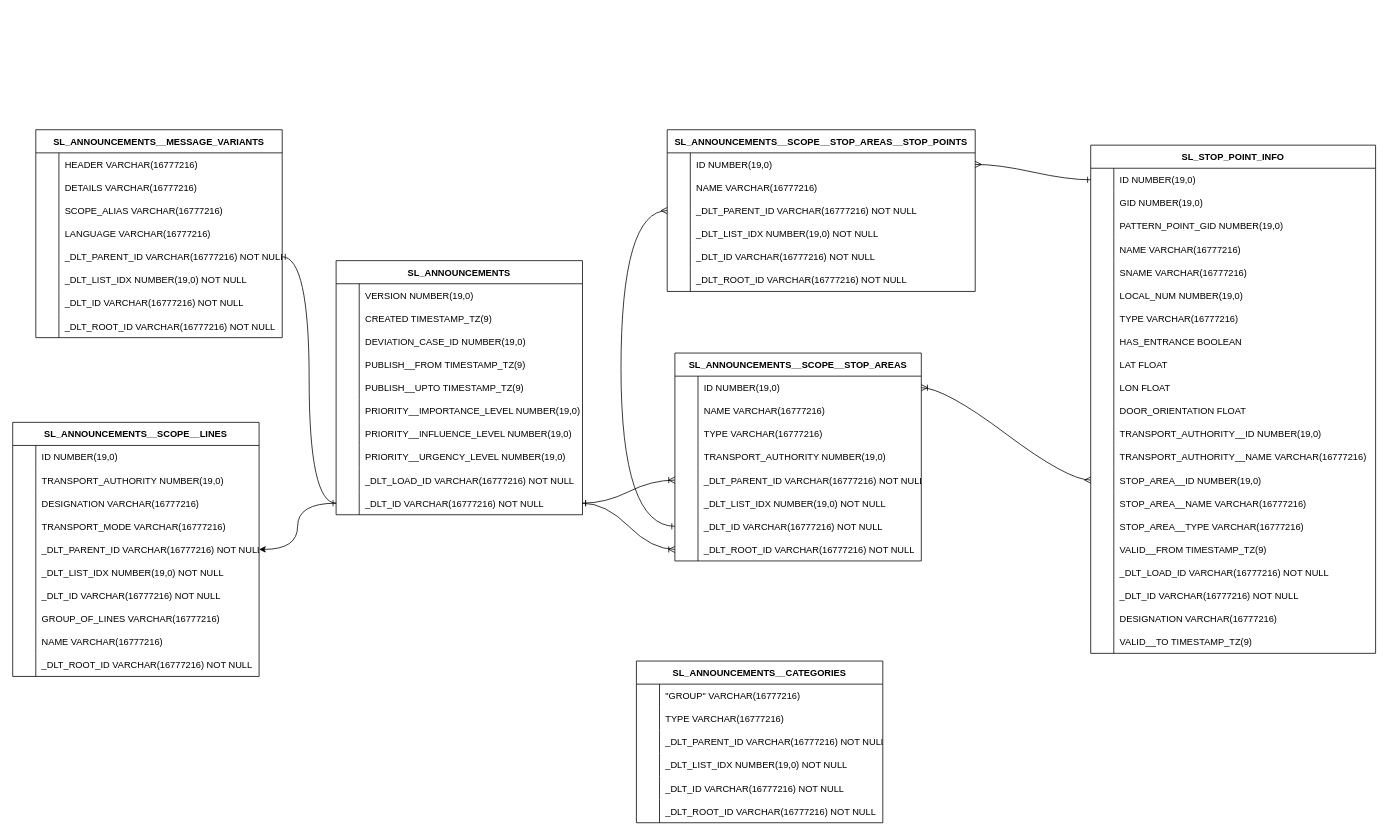
Before: dimensional_model/staging_sl_dim_model.drawio in larissadovgoborets/traffic_sthlm, a draw.io diagram. Source tidied: cells renumbered, new cells numbered last; positions are measured from the earlier drawing's top-left corner, leaving out a move shared by most shapes. Both pictures are drawn from the tidied source at 77%, with x=0, y=0 at pixel (12, 129).
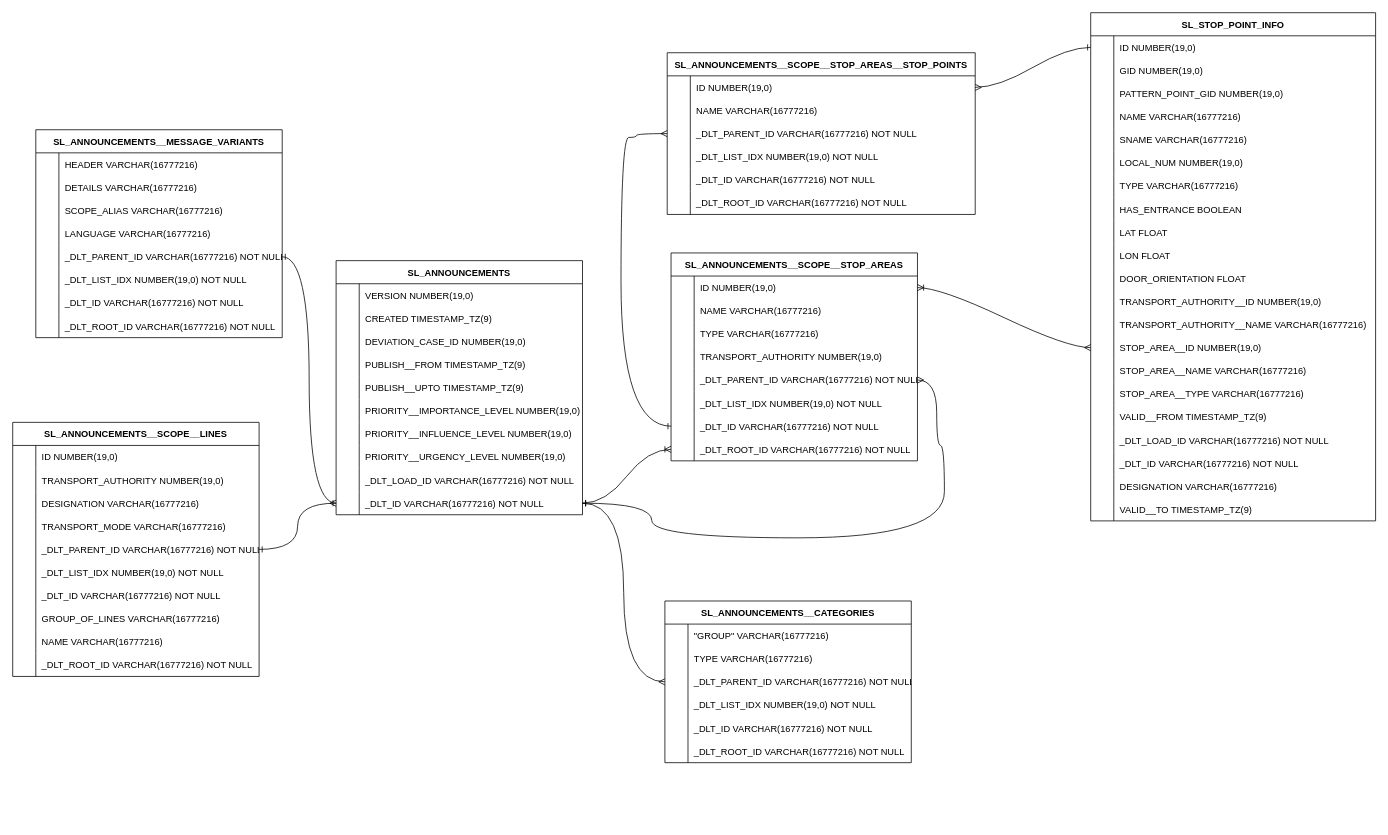
Above is the later version.

Commit message:
add relations between categories and announcements

Unchanged cells that the change refers to:
```xml
<mxCell id="15" style="shape=tableRow;horizontal=0;startSize=0;swimlaneHead=0;swimlaneBody=0;fillColor=none;points=[[0,0.5],[1,0.5]];portConstraint=eastwest;strokeColor=inherit;top=0;left=0;right=0;bottom=0;" parent="2" vertex="1">
  <mxGeometry y="150" width="320" height="30" as="geometry" />
</mxCell>
<mxCell id="61" style="shape=tableRow;horizontal=0;startSize=0;swimlaneHead=0;swimlaneBody=0;fillColor=none;points=[[0,0.5],[1,0.5]];portConstraint=eastwest;strokeColor=inherit;top=0;left=0;right=0;bottom=0;" parent="33" vertex="1">
  <mxGeometry y="300" width="320" height="30" as="geometry" />
</mxCell>
<mxCell id="97" style="shape=tableRow;horizontal=0;startSize=0;swimlaneHead=0;swimlaneBody=0;fillColor=none;points=[[0,0.5],[1,0.5]];portConstraint=eastwest;strokeColor=inherit;top=0;left=0;right=0;bottom=0;" parent="90" vertex="1">
  <mxGeometry y="90" width="320" height="30" as="geometry" />
</mxCell>
<mxCell id="122" style="shape=tableRow;horizontal=0;startSize=0;swimlaneHead=0;swimlaneBody=0;fillColor=none;points=[[0,0.5],[1,0.5]];portConstraint=eastwest;strokeColor=inherit;top=0;left=0;right=0;bottom=0;" parent="109" vertex="1">
  <mxGeometry y="150" width="320" height="30" as="geometry" />
</mxCell>
<mxCell id="128" style="shape=tableRow;horizontal=0;startSize=0;swimlaneHead=0;swimlaneBody=0;fillColor=none;points=[[0,0.5],[1,0.5]];portConstraint=eastwest;strokeColor=inherit;top=0;left=0;right=0;bottom=0;" parent="109" vertex="1">
  <mxGeometry y="210" width="320" height="30" as="geometry" />
</mxCell>
<mxCell id="143" style="shape=tableRow;horizontal=0;startSize=0;swimlaneHead=0;swimlaneBody=0;fillColor=none;points=[[0,0.5],[1,0.5]];portConstraint=eastwest;strokeColor=inherit;top=0;left=0;right=0;bottom=0;" parent="136" vertex="1">
  <mxGeometry y="90" width="400" height="30" as="geometry" />
</mxCell>
```

Diff of the diagram source:
```diff
@@
     <mxCell id="90" value="SL_ANNOUNCEMENTS__CATEGORIES" style="shape=table;startSize=30;childLayout=tableLayout;rowLines=0;fontStyle=1;align=center;" parent="1" vertex="1">
-      <mxGeometry x="810" y="690" width="320" height="210" as="geometry" />
+      <mxGeometry x="847" y="612" width="320" height="210" as="geometry" />
     </mxCell>
@@
     <mxCell id="109" value="SL_ANNOUNCEMENTS__SCOPE__STOP_AREAS" style="shape=table;startSize=30;childLayout=tableLayout;rowLines=0;fontStyle=1;align=center;" parent="1" vertex="1">
-      <mxGeometry x="860" y="290" width="320" height="270" as="geometry" />
+      <mxGeometry x="855" y="160" width="320" height="270" as="geometry" />
     </mxCell>
@@
-    <mxCell id="135" style="edgeStyle=entityRelationEdgeStyle;rounded=0;jettySize=auto;html=1;entryX=0;entryY=0.5;entryDx=0;entryDy=0;strokeColor=default;startArrow=ERone;startFill=0;endArrow=ERoneToMany;endFill=0;curved=1;" parent="1" edge="1" source="61" target="122">
-      <mxGeometry relative="1" as="geometry" />
-    </mxCell>
     <mxCell id="136" value="SL_ANNOUNCEMENTS__SCOPE__STOP_AREAS__STOP_POINTS" style="shape=table;startSize=30;childLayout=tableLayout;rowLines=0;fontStyle=1;align=center;" parent="1" vertex="1">
-      <mxGeometry x="850" width="400" height="210" as="geometry" />
+      <mxGeometry x="850" y="-100" width="400" height="210" as="geometry" />
     </mxCell>
@@
     <mxCell id="155" value="SL_STOP_POINT_INFO" style="shape=table;startSize=30;childLayout=tableLayout;rowLines=0;fontStyle=1;align=center;" parent="1" vertex="1">
-      <mxGeometry x="1400" y="20" width="370" height="660" as="geometry" />
+      <mxGeometry x="1400" y="-152" width="370" height="660" as="geometry" />
     </mxCell>
@@
     <mxCell id="221" style="edgeStyle=orthogonalEdgeStyle;rounded=0;jettySize=auto;html=1;entryX=0;entryY=0.5;entryDx=0;entryDy=0;curved=1;startArrow=ERone;startFill=0;endArrow=ERmany;endFill=0;exitX=0;exitY=0.5;exitDx=0;exitDy=0;" parent="1" edge="1" source="128" target="143">
       <mxGeometry relative="1" as="geometry">
         <Array as="points">
-          <mxPoint x="790" y="515" />
-          <mxPoint x="790" y="105" />
+          <mxPoint x="790" y="385" />
+          <mxPoint x="790" y="10" />
+          <mxPoint x="810" y="10" />
+          <mxPoint x="810" y="5" />
         </Array>
       </mxGeometry>
     </mxCell>
-    <mxCell id="222" style="edgeStyle=orthogonalEdgeStyle;rounded=0;jettySize=auto;html=1;exitX=0;exitY=0.5;exitDx=0;exitDy=0;entryX=1;entryY=0.5;entryDx=0;entryDy=0;curved=1;" parent="1" edge="1" source="61" target="15">
+    <mxCell id="222" style="edgeStyle=orthogonalEdgeStyle;rounded=0;jettySize=auto;html=1;exitX=0;exitY=0.5;exitDx=0;exitDy=0;entryX=1;entryY=0.5;entryDx=0;entryDy=0;curved=1;startArrow=ERmany;startFill=0;endArrow=ERone;endFill=0;" parent="1" edge="1" source="61" target="15">
       <mxGeometry relative="1" as="geometry" />
     </mxCell>
+    <mxCell id="223" style="edgeStyle=orthogonalEdgeStyle;rounded=0;jettySize=auto;html=1;exitX=1;exitY=0.5;exitDx=0;exitDy=0;entryX=1;entryY=0.5;entryDx=0;entryDy=0;curved=1;endArrow=ERone;endFill=0;startArrow=ERmany;startFill=0;" parent="1" edge="1" source="122" target="61">
+      <mxGeometry relative="1" as="geometry">
+        <Array as="points">
+          <mxPoint x="1200" y="325" />
+          <mxPoint x="1200" y="410" />
+          <mxPoint x="1210" y="410" />
+          <mxPoint x="1210" y="530" />
+          <mxPoint x="830" y="530" />
+          <mxPoint x="830" y="485" />
+        </Array>
+      </mxGeometry>
+    </mxCell>
+    <mxCell id="224" style="edgeStyle=orthogonalEdgeStyle;html=1;exitX=0;exitY=0.5;exitDx=0;exitDy=0;entryX=1;entryY=0.5;entryDx=0;entryDy=0;curved=1;startArrow=ERmany;startFill=0;endArrow=ERone;endFill=0;" parent="1" edge="1" source="97" target="61">
+      <mxGeometry relative="1" as="geometry" />
+    </mxCell>
```
